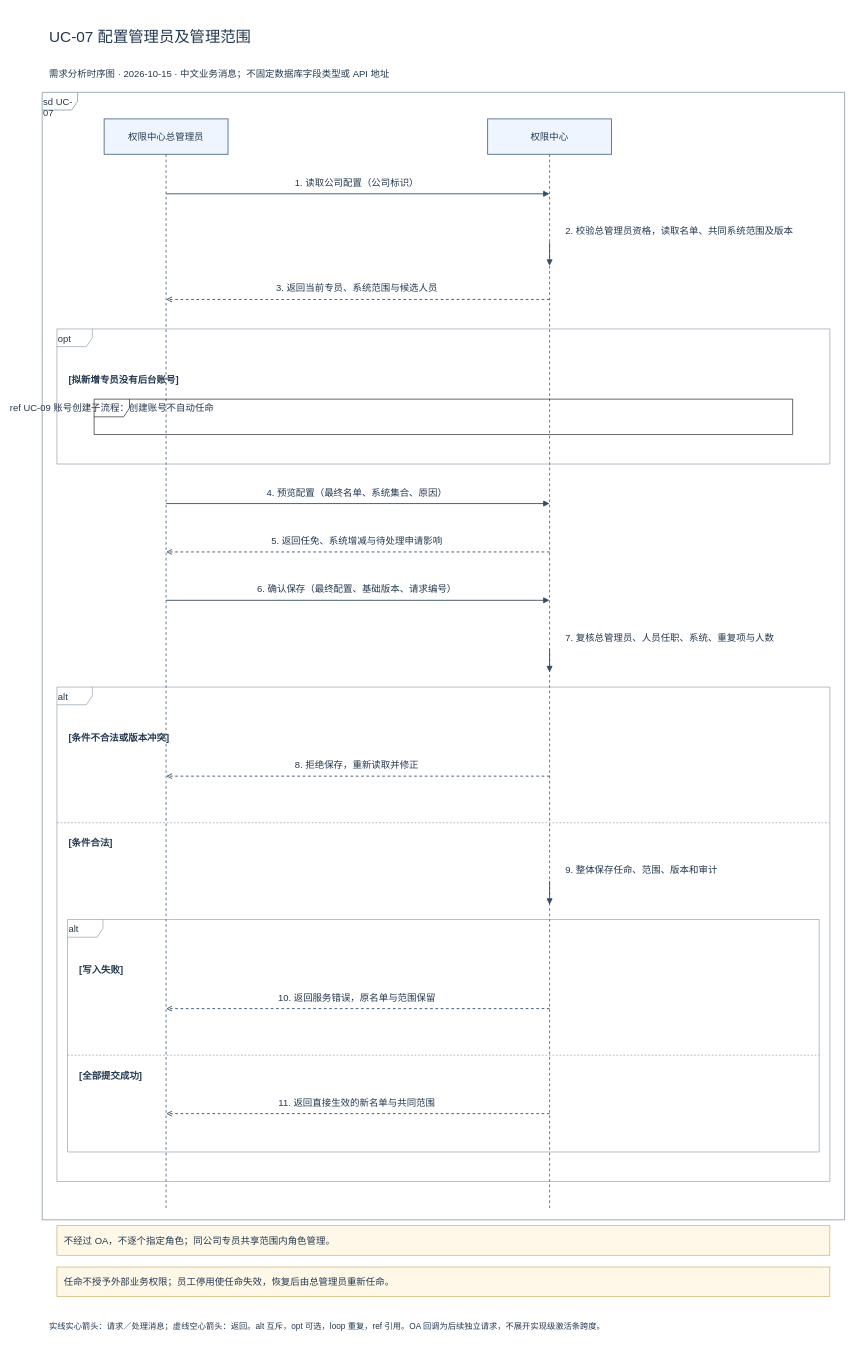
Noah-hope/RBAC-admin keeps this draw.io diagram as docs/sequences-v1/UC-07_配置管理员及管理范围_时序图.drawio. Above is the earlier version. Source tidied: cells renumbered, new cells numbered last; positions are measured from the earlier drawing's top-left corner, leaving out a move shared by most shapes. Both pictures are drawn from the tidied source at 59%, with x=0, y=0 at pixel (42, 24).
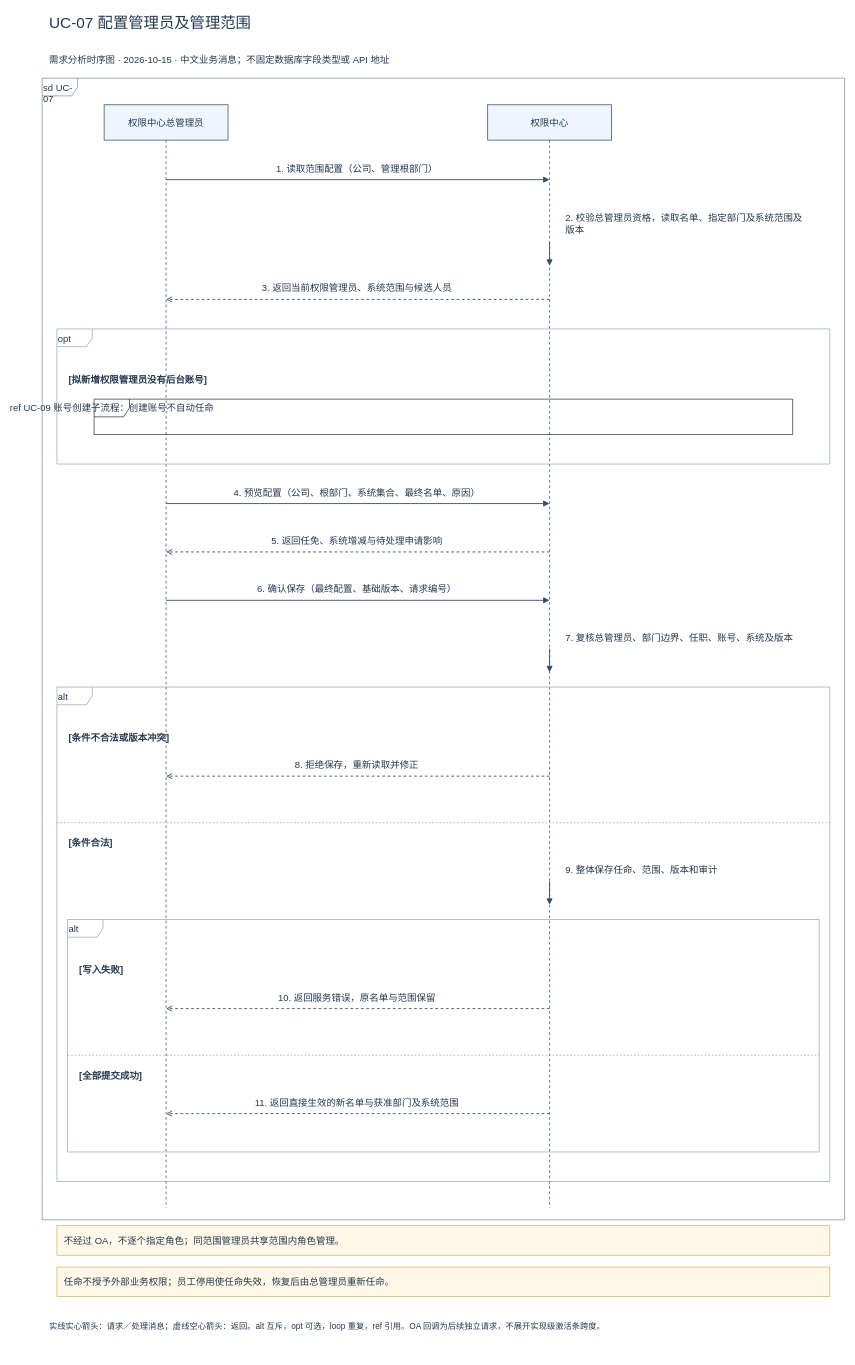
Above is the later version.

What changed in the source:
```diff
@@
     <mxCell id="2" value="sd UC-07" style="html=1;fontFamily=Microsoft YaHei;fontSize=16;fontColor=#23384f;shape=umlFrame;whiteSpace=wrap;align=left;verticalAlign=top;fillColor=none;strokeColor=#60748b;" parent="1" vertex="1">
-      <mxGeometry y="115" width="1360" height="1911" as="geometry" />
+      <mxGeometry y="91" width="1360" height="1935" as="geometry" />
     </mxCell>
     <mxCell id="3" value="UC-07 配置管理员及管理范围" style="html=1;fontFamily=Microsoft YaHei;fontSize=16;fontColor=#23384f;text;align=left;fontSize=26;fillColor=none;strokeColor=none;" parent="1" vertex="1">
-      <mxGeometry x="10" width="1340" height="60" as="geometry" />
+      <mxGeometry x="10" y="-24" width="1340" height="60" as="geometry" />
     </mxCell>
     <mxCell id="4" value="需求分析时序图 · 2026-10-15 · 中文业务消息；不固定数据库字段类型或 API 地址" style="html=1;fontFamily=Microsoft YaHei;fontSize=16;fontColor=#23384f;text;align=left;fillColor=none;strokeColor=none;" parent="1" vertex="1">
-      <mxGeometry x="10" y="67" width="1340" height="40" as="geometry" />
+      <mxGeometry x="10" y="43" width="1340" height="40" as="geometry" />
     </mxCell>
     <mxCell id="5" value="权限中心总管理员" style="html=1;fontFamily=Microsoft YaHei;fontSize=16;fontColor=#23384f;shape=umlLifeline;perimeter=lifelinePerimeter;size=60;align=center;verticalAlign=top;spacingTop=15;whiteSpace=wrap;fillColor=#eef5ff;strokeColor=#526b86;strokeWidth=1.5;" parent="1" vertex="1">
-      <mxGeometry x="105" y="160" width="210" height="1846" as="geometry" />
+      <mxGeometry x="105" y="136" width="210" height="1870" as="geometry" />
     </mxCell>
     <mxCell id="6" value="权限中心" style="html=1;fontFamily=Microsoft YaHei;fontSize=16;fontColor=#23384f;shape=umlLifeline;perimeter=lifelinePerimeter;size=60;align=center;verticalAlign=top;spacingTop=15;whiteSpace=wrap;fillColor=#eef5ff;strokeColor=#526b86;strokeWidth=1.5;" parent="1" vertex="1">
-      <mxGeometry x="755" y="160" width="210" height="1846" as="geometry" />
+      <mxGeometry x="755" y="136" width="210" height="1870" as="geometry" />
     </mxCell>
@@
-    <mxCell id="8" value="[拟新增专员没有后台账号]" style="html=1;fontFamily=Microsoft YaHei;fontSize=16;fontColor=#23384f;text;align=left;fillColor=none;strokeColor=none;fontStyle=1;" parent="1" vertex="1">
+    <mxCell id="8" value="[拟新增权限管理员没有后台账号]" style="html=1;fontFamily=Microsoft YaHei;fontSize=16;fontColor=#23384f;text;align=left;fillColor=none;strokeColor=none;fontStyle=1;" parent="1" vertex="1">
       <mxGeometry x="43" y="586" width="1274" height="29" as="geometry" />
     </mxCell>
@@
-    <mxCell id="17" style="html=1;edgeStyle=none;rounded=0;strokeColor=#334d68;strokeWidth=1.5;endSize=7;endArrow=block;endFill=1;exitX=0.5;entryX=0.5;exitY=0.06879739978331528;entryY=0.06879739978331528;exitPerimeter=0;entryPerimeter=0;jettySize=35;" parent="1" edge="1" source="5" target="6">
+    <mxCell id="17" style="html=1;edgeStyle=none;rounded=0;strokeColor=#334d68;strokeWidth=1.5;endSize=7;endArrow=block;endFill=1;exitX=0.5;entryX=0.5;exitY=0.0679144385026738;entryY=0.0679144385026738;exitPerimeter=0;entryPerimeter=0;jettySize=35;" parent="1" edge="1" source="5" target="6">
       <mxGeometry relative="1" as="geometry" />
     </mxCell>
-    <mxCell id="18" value="1. 读取公司配置（公司标识）" style="html=1;fontFamily=Microsoft YaHei;fontSize=16;fontColor=#23384f;text;align=center;verticalAlign=middle;fillColor=#ffffff;strokeColor=none;" parent="1" vertex="1">
-      <mxGeometry x="235" y="256" width="595" height="24" as="geometry" />
+    <mxCell id="18" value="1. 读取范围配置（公司、管理根部门）" style="html=1;fontFamily=Microsoft YaHei;fontSize=16;fontColor=#23384f;text;align=center;verticalAlign=middle;fillColor=#ffffff;strokeColor=none;" parent="1" vertex="1">
+      <mxGeometry x="235" y="232" width="595" height="24" as="geometry" />
     </mxCell>
-    <mxCell id="19" style="html=1;edgeStyle=orthogonalEdgeStyle;rounded=0;strokeColor=#334d68;strokeWidth=1.5;endSize=7;endArrow=block;endFill=1;exitX=0.5;entryX=0.5;exitY=0.11321776814734562;entryY=0.13488624052004333;exitPerimeter=0;entryPerimeter=0;jettySize=35;" parent="1" edge="1" source="6" target="6">
+    <mxCell id="19" style="html=1;edgeStyle=orthogonalEdgeStyle;rounded=0;strokeColor=#334d68;strokeWidth=1.5;endSize=7;endArrow=block;endFill=1;exitX=0.5;entryX=0.5;exitY=0.12459893048128343;entryY=0.14598930481283423;exitPerimeter=0;entryPerimeter=0;jettySize=35;" parent="1" edge="1" source="6" target="6">
       <mxGeometry relative="1" as="geometry" />
     </mxCell>
-    <mxCell id="20" value="2. 校验总管理员资格，读取名单、共同系统范围及版本" style="html=1;fontFamily=Microsoft YaHei;fontSize=16;fontColor=#23384f;text;align=left;verticalAlign=middle;fillColor=#ffffff;strokeColor=none;" parent="1" vertex="1">
-      <mxGeometry x="885" y="338" width="410" height="24" as="geometry" />
+    <mxCell id="20" value="2. 校验总管理员资格，读取名单、指定部门及系统范围及&lt;br&gt;版本" style="html=1;fontFamily=Microsoft YaHei;fontSize=16;fontColor=#23384f;text;align=left;verticalAlign=middle;fillColor=#ffffff;strokeColor=none;" parent="1" vertex="1">
+      <mxGeometry x="885" y="314" width="410" height="48" as="geometry" />
     </mxCell>
-    <mxCell id="21" style="html=1;edgeStyle=none;rounded=0;strokeColor=#334d68;strokeWidth=1.5;endSize=7;endArrow=open;endFill=0;dashed=1;exitX=0.5;entryX=0.5;exitY=0.1657638136511376;entryY=0.1657638136511376;exitPerimeter=0;entryPerimeter=0;jettySize=35;" parent="1" edge="1" source="6" target="5">
+    <mxCell id="21" style="html=1;edgeStyle=none;rounded=0;strokeColor=#334d68;strokeWidth=1.5;endSize=7;endArrow=open;endFill=0;dashed=1;exitX=0.5;entryX=0.5;exitY=0.17647058823529413;entryY=0.17647058823529413;exitPerimeter=0;entryPerimeter=0;jettySize=35;" parent="1" edge="1" source="6" target="5">
       <mxGeometry relative="1" as="geometry" />
     </mxCell>
-    <mxCell id="22" value="3. 返回当前专员、系统范围与候选人员" style="html=1;fontFamily=Microsoft YaHei;fontSize=16;fontColor=#23384f;text;align=center;verticalAlign=middle;fillColor=#ffffff;strokeColor=none;" parent="1" vertex="1">
+    <mxCell id="22" value="3. 返回当前权限管理员、系统范围与候选人员" style="html=1;fontFamily=Microsoft YaHei;fontSize=16;fontColor=#23384f;text;align=center;verticalAlign=middle;fillColor=#ffffff;strokeColor=none;" parent="1" vertex="1">
       <mxGeometry x="235" y="435" width="595" height="24" as="geometry" />
     </mxCell>
@@
-    <mxCell id="24" style="html=1;edgeStyle=none;rounded=0;strokeColor=#334d68;strokeWidth=1.5;endSize=7;endArrow=block;endFill=1;exitX=0.5;entryX=0.5;exitY=0.3531960996749729;entryY=0.3531960996749729;exitPerimeter=0;entryPerimeter=0;jettySize=35;" parent="1" edge="1" source="5" target="6">
+    <mxCell id="24" style="html=1;edgeStyle=none;rounded=0;strokeColor=#334d68;strokeWidth=1.5;endSize=7;endArrow=block;endFill=1;exitX=0.5;entryX=0.5;exitY=0.36149732620320857;entryY=0.36149732620320857;exitPerimeter=0;entryPerimeter=0;jettySize=35;" parent="1" edge="1" source="5" target="6">
       <mxGeometry relative="1" as="geometry" />
     </mxCell>
-    <mxCell id="25" value="4. 预览配置（最终名单、系统集合、原因）" style="html=1;fontFamily=Microsoft YaHei;fontSize=16;fontColor=#23384f;text;align=center;verticalAlign=middle;fillColor=#ffffff;strokeColor=none;" parent="1" vertex="1">
+    <mxCell id="25" value="4. 预览配置（公司、根部门、系统集合、最终名单、原因）" style="html=1;fontFamily=Microsoft YaHei;fontSize=16;fontColor=#23384f;text;align=center;verticalAlign=middle;fillColor=#ffffff;strokeColor=none;" parent="1" vertex="1">
       <mxGeometry x="235" y="781" width="595" height="24" as="geometry" />
     </mxCell>
-    <mxCell id="26" style="html=1;edgeStyle=none;rounded=0;strokeColor=#334d68;strokeWidth=1.5;endSize=7;endArrow=open;endFill=0;dashed=1;exitX=0.5;entryX=0.5;exitY=0.39761646803900325;entryY=0.39761646803900325;exitPerimeter=0;entryPerimeter=0;jettySize=35;" parent="1" edge="1" source="6" target="5">
+    <mxCell id="26" style="html=1;edgeStyle=none;rounded=0;strokeColor=#334d68;strokeWidth=1.5;endSize=7;endArrow=open;endFill=0;dashed=1;exitX=0.5;entryX=0.5;exitY=0.4053475935828877;entryY=0.4053475935828877;exitPerimeter=0;entryPerimeter=0;jettySize=35;" parent="1" edge="1" source="6" target="5">
       <mxGeometry relative="1" as="geometry" />
     </mxCell>
@@
-    <mxCell id="28" style="html=1;edgeStyle=none;rounded=0;strokeColor=#334d68;strokeWidth=1.5;endSize=7;endArrow=block;endFill=1;exitX=0.5;entryX=0.5;exitY=0.4420368364030336;entryY=0.4420368364030336;exitPerimeter=0;entryPerimeter=0;jettySize=35;" parent="1" edge="1" source="5" target="6">
+    <mxCell id="28" style="html=1;edgeStyle=none;rounded=0;strokeColor=#334d68;strokeWidth=1.5;endSize=7;endArrow=block;endFill=1;exitX=0.5;entryX=0.5;exitY=0.44919786096256686;entryY=0.44919786096256686;exitPerimeter=0;entryPerimeter=0;jettySize=35;" parent="1" edge="1" source="5" target="6">
       <mxGeometry relative="1" as="geometry" />
     </mxCell>
@@
-    <mxCell id="30" style="html=1;edgeStyle=orthogonalEdgeStyle;rounded=0;strokeColor=#334d68;strokeWidth=1.5;endSize=7;endArrow=block;endFill=1;exitX=0.5;entryX=0.5;exitY=0.48645720476706394;entryY=0.5081256771397616;exitPerimeter=0;entryPerimeter=0;jettySize=35;" parent="1" edge="1" source="6" target="6">
+    <mxCell id="30" style="html=1;edgeStyle=orthogonalEdgeStyle;rounded=0;strokeColor=#334d68;strokeWidth=1.5;endSize=7;endArrow=block;endFill=1;exitX=0.5;entryX=0.5;exitY=0.493048128342246;entryY=0.5144385026737968;exitPerimeter=0;entryPerimeter=0;jettySize=35;" parent="1" edge="1" source="6" target="6">
       <mxGeometry relative="1" as="geometry" />
     </mxCell>
-    <mxCell id="31" value="7. 复核总管理员、人员任职、系统、重复项与人数" style="html=1;fontFamily=Microsoft YaHei;fontSize=16;fontColor=#23384f;text;align=left;verticalAlign=middle;fillColor=#ffffff;strokeColor=none;" parent="1" vertex="1">
+    <mxCell id="31" value="7. 复核总管理员、部门边界、任职、账号、系统及版本" style="html=1;fontFamily=Microsoft YaHei;fontSize=16;fontColor=#23384f;text;align=left;verticalAlign=middle;fillColor=#ffffff;strokeColor=none;" parent="1" vertex="1">
       <mxGeometry x="885" y="1027" width="410" height="24" as="geometry" />
     </mxCell>
-    <mxCell id="32" style="html=1;edgeStyle=none;rounded=0;strokeColor=#334d68;strokeWidth=1.5;endSize=7;endArrow=open;endFill=0;dashed=1;exitX=0.5;entryX=0.5;exitY=0.6034669555796316;entryY=0.6034669555796316;exitPerimeter=0;entryPerimeter=0;jettySize=35;" parent="1" edge="1" source="6" target="5">
+    <mxCell id="32" style="html=1;edgeStyle=none;rounded=0;strokeColor=#334d68;strokeWidth=1.5;endSize=7;endArrow=open;endFill=0;dashed=1;exitX=0.5;entryX=0.5;exitY=0.6085561497326203;entryY=0.6085561497326203;exitPerimeter=0;entryPerimeter=0;jettySize=35;" parent="1" edge="1" source="6" target="5">
       <mxGeometry relative="1" as="geometry" />
     </mxCell>
@@
-    <mxCell id="34" style="html=1;edgeStyle=orthogonalEdgeStyle;rounded=0;strokeColor=#334d68;strokeWidth=1.5;endSize=7;endArrow=block;endFill=1;exitX=0.5;entryX=0.5;exitY=0.6998916576381365;entryY=0.7215601300108342;exitPerimeter=0;entryPerimeter=0;jettySize=35;" parent="1" edge="1" source="6" target="6">
+    <mxCell id="34" style="html=1;edgeStyle=orthogonalEdgeStyle;rounded=0;strokeColor=#334d68;strokeWidth=1.5;endSize=7;endArrow=block;endFill=1;exitX=0.5;entryX=0.5;exitY=0.7037433155080214;entryY=0.7251336898395722;exitPerimeter=0;entryPerimeter=0;jettySize=35;" parent="1" edge="1" source="6" target="6">
       <mxGeometry relative="1" as="geometry" />
     </mxCell>
@@
-    <mxCell id="36" style="html=1;edgeStyle=none;rounded=0;strokeColor=#334d68;strokeWidth=1.5;endSize=7;endArrow=open;endFill=0;dashed=1;exitX=0.5;entryX=0.5;exitY=0.8169014084507042;entryY=0.8169014084507042;exitPerimeter=0;entryPerimeter=0;jettySize=35;" parent="1" edge="1" source="6" target="5">
+    <mxCell id="36" style="html=1;edgeStyle=none;rounded=0;strokeColor=#334d68;strokeWidth=1.5;endSize=7;endArrow=open;endFill=0;dashed=1;exitX=0.5;entryX=0.5;exitY=0.8192513368983957;entryY=0.8192513368983957;exitPerimeter=0;entryPerimeter=0;jettySize=35;" parent="1" edge="1" source="6" target="5">
       <mxGeometry relative="1" as="geometry" />
     </mxCell>
@@
-    <mxCell id="38" style="html=1;edgeStyle=none;rounded=0;strokeColor=#334d68;strokeWidth=1.5;endSize=7;endArrow=open;endFill=0;dashed=1;exitX=0.5;entryX=0.5;exitY=0.9133261105092091;entryY=0.9133261105092091;exitPerimeter=0;entryPerimeter=0;jettySize=35;" parent="1" edge="1" source="6" target="5">
+    <mxCell id="38" style="html=1;edgeStyle=none;rounded=0;strokeColor=#334d68;strokeWidth=1.5;endSize=7;endArrow=open;endFill=0;dashed=1;exitX=0.5;entryX=0.5;exitY=0.9144385026737968;entryY=0.9144385026737968;exitPerimeter=0;entryPerimeter=0;jettySize=35;" parent="1" edge="1" source="6" target="5">
       <mxGeometry relative="1" as="geometry" />
     </mxCell>
-    <mxCell id="39" value="11. 返回直接生效的新名单与共同范围" style="html=1;fontFamily=Microsoft YaHei;fontSize=16;fontColor=#23384f;text;align=center;verticalAlign=middle;fillColor=#ffffff;strokeColor=none;" parent="1" vertex="1">
+    <mxCell id="39" value="11. 返回直接生效的新名单与获准部门及系统范围" style="html=1;fontFamily=Microsoft YaHei;fontSize=16;fontColor=#23384f;text;align=center;verticalAlign=middle;fillColor=#ffffff;strokeColor=none;" parent="1" vertex="1">
       <mxGeometry x="235" y="1815" width="595" height="24" as="geometry" />
     </mxCell>
-    <mxCell id="40" value="不经过 OA，不逐个指定角色；同公司专员共享范围内角色管理。" style="html=1;fontFamily=Microsoft YaHei;fontSize=16;fontColor=#23384f;rounded=0;whiteSpace=wrap;align=left;spacing=12;fillColor=#fff8e8;strokeColor=#c4a34f;" parent="1" vertex="1">
+    <mxCell id="40" value="不经过 OA，不逐个指定角色；同范围管理员共享范围内角色管理。" style="html=1;fontFamily=Microsoft YaHei;fontSize=16;fontColor=#23384f;rounded=0;whiteSpace=wrap;align=left;spacing=12;fillColor=#fff8e8;strokeColor=#c4a34f;" parent="1" vertex="1">
       <mxGeometry x="25" y="2036" width="1310" height="50" as="geometry" />
     </mxCell>
```
